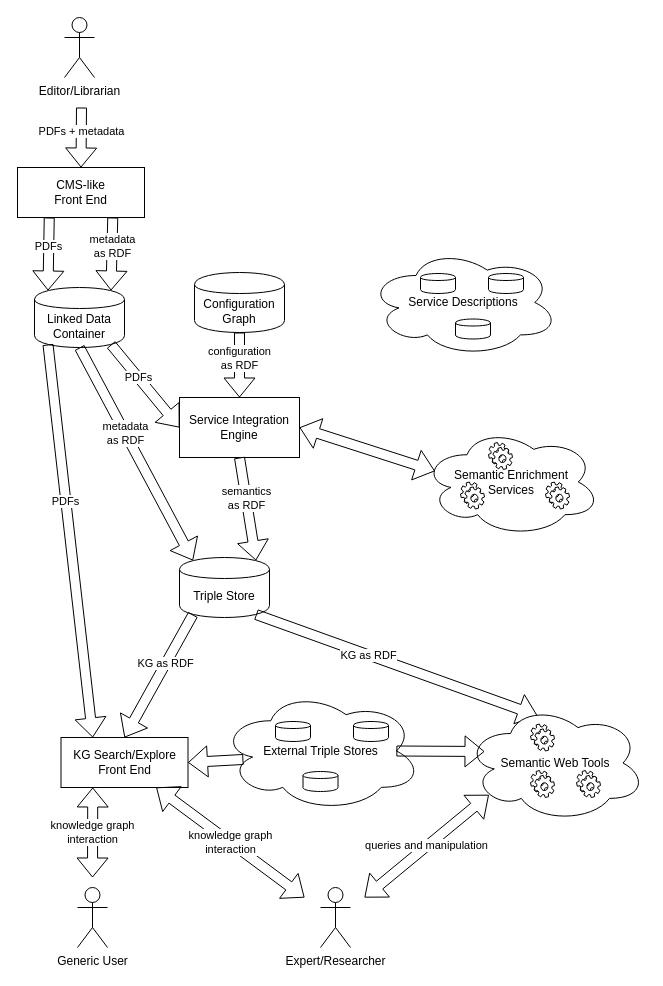
miguel76/arca-design keeps this draw.io diagram as Pipeline Diagram.drawio. Above is the earlier version. Source tidied: cells renumbered, new cells numbered last; positions are measured from the earlier drawing's top-left corner, leaving out a move shared by most shapes. Both pictures are drawn from the tidied source at 100%, with x=0, y=0 at pixel (17, 17).
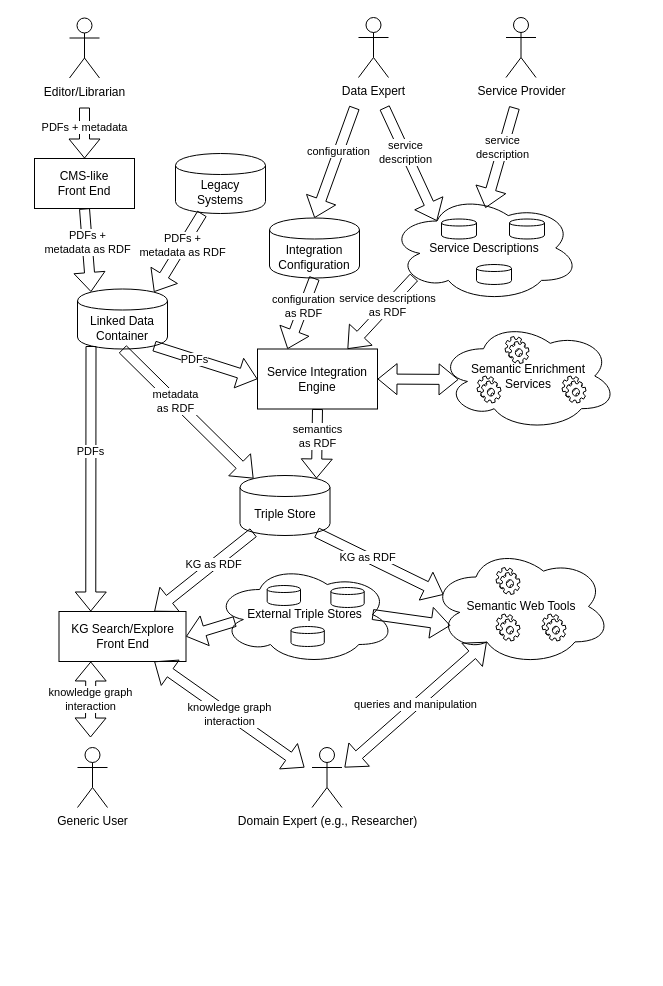
Above is the later version.

The change refers to these unchanged cells:
```xml
<mxCell id="24" value="Semantic Web Tools" style="ellipse;shape=cloud;whiteSpace=wrap;html=1;" parent="23" vertex="1">
  <mxGeometry width="180" height="118" as="geometry" />
</mxCell>
<mxCell id="38" value="Service Descriptions" style="ellipse;shape=cloud;whiteSpace=wrap;html=1;" parent="37" vertex="1">
  <mxGeometry width="190" height="108" as="geometry" />
</mxCell>
<mxCell id="43" value="Semantic Enrichment&lt;br&gt;Services" style="ellipse;shape=cloud;whiteSpace=wrap;html=1;" parent="42" vertex="1">
  <mxGeometry width="178" height="109" as="geometry" />
</mxCell>
```

What changed in the source:
```diff
@@
     <mxCell id="2" value="Editor/Librarian" style="shape=umlActor;verticalLabelPosition=bottom;labelBackgroundColor=#ffffff;verticalAlign=top;html=1;" parent="1" vertex="1">
-      <mxGeometry x="47" width="30" height="60" as="geometry" />
+      <mxGeometry x="52" y="0.5" width="30" height="60" as="geometry" />
     </mxCell>
     <mxCell id="3" value="CMS-like&lt;br&gt;Front End" style="rounded=0;whiteSpace=wrap;html=1;" parent="1" vertex="1">
-      <mxGeometry y="150" width="127" height="50" as="geometry" />
+      <mxGeometry x="17" y="141" width="100" height="50" as="geometry" />
     </mxCell>
     <mxCell id="4" value="Service Integration Engine" style="rounded=0;whiteSpace=wrap;html=1;" parent="1" vertex="1">
-      <mxGeometry x="162" y="380" width="120" height="60" as="geometry" />
+      <mxGeometry x="240" y="331.5" width="120" height="60" as="geometry" />
     </mxCell>
     <mxCell id="5" value="&lt;span&gt;Linked Data Container&lt;/span&gt;" style="shape=cylinder;whiteSpace=wrap;html=1;boundedLbl=1;backgroundOutline=1;" parent="1" vertex="1">
-      <mxGeometry x="17" y="270" width="90" height="60" as="geometry" />
+      <mxGeometry x="60" y="271.5" width="90" height="60" as="geometry" />
     </mxCell>
-    <mxCell id="6" value="&lt;span&gt;Configuration Graph&lt;/span&gt;" style="shape=cylinder;whiteSpace=wrap;html=1;boundedLbl=1;backgroundOutline=1;" parent="1" vertex="1">
-      <mxGeometry x="177" y="255" width="90" height="60" as="geometry" />
+    <mxCell id="6" value="&lt;span&gt;Integration&lt;br&gt;Configuration&lt;/span&gt;" style="shape=cylinder;whiteSpace=wrap;html=1;boundedLbl=1;backgroundOutline=1;" parent="1" vertex="1">
+      <mxGeometry x="252" y="200.5" width="90" height="60" as="geometry" />
     </mxCell>
     <mxCell id="7" value="&lt;span&gt;Triple Store&lt;/span&gt;" style="shape=cylinder;whiteSpace=wrap;html=1;boundedLbl=1;backgroundOutline=1;" parent="1" vertex="1">
-      <mxGeometry x="162" y="540" width="90" height="60" as="geometry" />
+      <mxGeometry x="222.5" y="458" width="90" height="60" as="geometry" />
     </mxCell>
     <mxCell id="8" value="KG Search/Explore&lt;br&gt;Front End" style="rounded=0;whiteSpace=wrap;html=1;" parent="1" vertex="1">
-      <mxGeometry x="43.5" y="720" width="127" height="50" as="geometry" />
+      <mxGeometry x="41.5" y="594" width="127" height="50" as="geometry" />
     </mxCell>
     <mxCell id="9" value="Generic User" style="shape=umlActor;verticalLabelPosition=bottom;labelBackgroundColor=#ffffff;verticalAlign=top;html=1;" parent="1" vertex="1">
-      <mxGeometry x="60" y="870" width="30" height="60" as="geometry" />
+      <mxGeometry x="60" y="730" width="30" height="60" as="geometry" />
     </mxCell>
-    <mxCell id="10" value="Expert/Researcher" style="shape=umlActor;verticalLabelPosition=bottom;labelBackgroundColor=#ffffff;verticalAlign=top;html=1;" parent="1" vertex="1">
-      <mxGeometry x="303" y="870" width="30" height="60" as="geometry" />
+    <mxCell id="10" value="Domain Expert (e.g., Researcher)" style="shape=umlActor;verticalLabelPosition=bottom;labelBackgroundColor=#ffffff;verticalAlign=top;html=1;" parent="1" vertex="1">
+      <mxGeometry x="294.5" y="730" width="30" height="60" as="geometry" />
     </mxCell>
     <mxCell id="11" value="PDFs&amp;nbsp;+ metadata" style="shape=flexArrow;endArrow=classic;html=1;entryX=0.5;entryY=0;entryDx=0;entryDy=0;" parent="1" edge="1" target="3">
       <mxGeometry x="-0.2" relative="1" as="geometry">
-        <mxPoint x="64" y="90" as="sourcePoint" />
+        <mxPoint x="67" y="90" as="sourcePoint" />
       </mxGeometry>
     </mxCell>
-    <mxCell id="12" value="PDFs" style="shape=flexArrow;endArrow=classic;html=1;entryX=0.15;entryY=0.05;entryDx=0;entryDy=0;exitX=0.25;exitY=1;exitDx=0;exitDy=0;entryPerimeter=0;" parent="1" edge="1" source="3" target="5">
-      <mxGeometry x="-0.2" relative="1" as="geometry" />
-    </mxCell>
-    <mxCell id="13" value="metadata&lt;br&gt;as RDF&lt;br&gt;" style="shape=flexArrow;endArrow=classic;html=1;entryX=0.85;entryY=0.05;entryDx=0;entryDy=0;entryPerimeter=0;exitX=0.75;exitY=1;exitDx=0;exitDy=0;" parent="1" edge="1" source="3" target="5">
-      <mxGeometry x="-0.2" relative="1" as="geometry" />
-    </mxCell>
@@
-    <mxCell id="17" value="configuration&lt;br&gt;as RDF&lt;br&gt;" style="shape=flexArrow;endArrow=classic;html=1;entryX=0.5;entryY=0;entryDx=0;entryDy=0;exitX=0.5;exitY=1;exitDx=0;exitDy=0;" parent="1" edge="1" source="6" target="4">
+    <mxCell id="17" value="configuration&lt;br&gt;as RDF&lt;br&gt;" style="shape=flexArrow;endArrow=classic;html=1;entryX=0.25;entryY=0;entryDx=0;entryDy=0;exitX=0.5;exitY=1;exitDx=0;exitDy=0;" parent="1" edge="1" source="6" target="4">
       <mxGeometry x="-0.2" relative="1" as="geometry" />
     </mxCell>
@@
-    <mxCell id="19" value="KG as RDF&lt;br&gt;" style="shape=flexArrow;endArrow=classic;html=1;entryX=0.5;entryY=0;entryDx=0;entryDy=0;exitX=0.15;exitY=0.95;exitDx=0;exitDy=0;exitPerimeter=0;" parent="1" edge="1" source="7" target="8">
+    <mxCell id="19" value="KG as RDF&lt;br&gt;" style="shape=flexArrow;endArrow=classic;html=1;entryX=0.75;entryY=0;entryDx=0;entryDy=0;exitX=0.15;exitY=0.95;exitDx=0;exitDy=0;exitPerimeter=0;" parent="1" edge="1" source="7" target="8">
       <mxGeometry x="-0.2" relative="1" as="geometry" />
     </mxCell>
-    <mxCell id="20" value="KG as RDF&lt;br&gt;" style="shape=flexArrow;endArrow=classic;html=1;exitX=0.85;exitY=0.95;exitDx=0;exitDy=0;exitPerimeter=0;entryX=0.4;entryY=0.1;entryDx=0;entryDy=0;entryPerimeter=0;" parent="1" edge="1" source="7" target="24">
+    <mxCell id="20" value="KG as RDF&lt;br&gt;" style="shape=flexArrow;endArrow=classic;html=1;exitX=0.85;exitY=0.95;exitDx=0;exitDy=0;exitPerimeter=0;entryX=0.07;entryY=0.4;entryDx=0;entryDy=0;entryPerimeter=0;" parent="1" edge="1" source="7" target="24">
       <mxGeometry x="-0.2" relative="1" as="geometry" />
     </mxCell>
     <mxCell id="21" value="knowledge graph&lt;br&gt;interaction" style="shape=flexArrow;endArrow=classic;startArrow=classic;html=1;entryX=0.25;entryY=1;entryDx=0;entryDy=0;" parent="1" edge="1" target="8">
       <mxGeometry relative="1" as="geometry">
-        <mxPoint x="75" y="860" as="sourcePoint" />
+        <mxPoint x="73" y="720" as="sourcePoint" />
       </mxGeometry>
     </mxCell>
     <mxCell id="22" value="knowledge graph&lt;br&gt;interaction" style="shape=flexArrow;endArrow=classic;startArrow=classic;html=1;entryX=0.75;entryY=1;entryDx=0;entryDy=0;" parent="1" edge="1" target="8">
       <mxGeometry relative="1" as="geometry">
-        <mxPoint x="287" y="880" as="sourcePoint" />
+        <mxPoint x="287" y="750" as="sourcePoint" />
       </mxGeometry>
     </mxCell>
     <mxCell id="23" style="group;" parent="1" vertex="1">
-      <mxGeometry x="448" y="686.5" width="180" height="118" as="geometry" />
+      <mxGeometry x="413.5" y="530" width="180" height="118" as="geometry" />
     </mxCell>
@@
     <mxCell id="28" style="group;" parent="1" vertex="1">
-      <mxGeometry x="203" y="673" width="201" height="121" as="geometry" />
+      <mxGeometry x="197" y="547" width="191" height="121" as="geometry" />
     </mxCell>
     <mxCell id="29" value="External Triple Stores" style="ellipse;shape=cloud;whiteSpace=wrap;html=1;" parent="28" vertex="1">
-      <mxGeometry width="201" height="121" as="geometry" />
+      <mxGeometry width="180.5" height="100" as="geometry" />
     </mxCell>
     <mxCell id="30" style="shape=cylinder;whiteSpace=wrap;html=1;boundedLbl=1;backgroundOutline=1;" parent="28" vertex="1">
-      <mxGeometry x="55" y="31" width="35" height="20" as="geometry" />
+      <mxGeometry x="52.7" y="21" width="33.3" height="20" as="geometry" />
     </mxCell>
     <mxCell id="31" style="shape=cylinder;whiteSpace=wrap;html=1;boundedLbl=1;backgroundOutline=1;" parent="28" vertex="1">
-      <mxGeometry x="82.5" y="81" width="35" height="20" as="geometry" />
+      <mxGeometry x="76.5" y="62" width="33.3" height="20" as="geometry" />
     </mxCell>
     <mxCell id="32" style="shape=cylinder;whiteSpace=wrap;html=1;boundedLbl=1;backgroundOutline=1;" parent="28" vertex="1">
-      <mxGeometry x="133" y="31" width="35" height="20" as="geometry" />
+      <mxGeometry x="116.4" y="23" width="33.3" height="20" as="geometry" />
     </mxCell>
@@
-    <mxCell id="34" style="shape=flexArrow;endArrow=classic;html=1;exitX=0.875;exitY=0.5;exitDx=0;exitDy=0;exitPerimeter=0;" parent="1" edge="1" source="29">
-      <mxGeometry x="-0.2" relative="1" as="geometry">
-        <mxPoint x="467" y="734" as="targetPoint" />
-      </mxGeometry>
+    <mxCell id="34" style="shape=flexArrow;endArrow=classic;html=1;entryX=0.108;entryY=0.661;entryDx=0;entryDy=0;entryPerimeter=0;exitX=0.875;exitY=0.5;exitDx=0;exitDy=0;exitPerimeter=0;" parent="1" edge="1" source="29" target="24">
+      <mxGeometry x="-0.2" relative="1" as="geometry" />
     </mxCell>
-    <mxCell id="35" value="queries and manipulation" style="shape=flexArrow;endArrow=classic;startArrow=classic;html=1;entryX=0.13;entryY=0.77;entryDx=0;entryDy=0;entryPerimeter=0;" parent="1" edge="1" target="24">
+    <mxCell id="35" value="queries and manipulation" style="shape=flexArrow;endArrow=classic;startArrow=classic;html=1;entryX=0.31;entryY=0.8;entryDx=0;entryDy=0;entryPerimeter=0;" parent="1" edge="1" target="24">
       <mxGeometry relative="1" as="geometry">
-        <mxPoint x="347" y="880" as="sourcePoint" />
+        <mxPoint x="327" y="750" as="sourcePoint" />
       </mxGeometry>
     </mxCell>
     <mxCell id="36" style="group;" parent="1" vertex="1">
-      <mxGeometry x="351" y="231" width="194" height="108" as="geometry" />
+      <mxGeometry x="372" y="176.5" width="194" height="108" as="geometry" />
     </mxCell>
@@
     <mxCell id="42" style="group;" parent="1" vertex="1">
-      <mxGeometry x="405" y="410" width="178" height="109" as="geometry" />
+      <mxGeometry x="421.5" y="304" width="178" height="109" as="geometry" />
     </mxCell>
@@
-    <mxCell id="47" style="shape=flexArrow;endArrow=classic;startArrow=classic;html=1;entryX=0.07;entryY=0.4;entryDx=0;entryDy=0;entryPerimeter=0;exitX=1;exitY=0.5;exitDx=0;exitDy=0;" parent="1" edge="1" source="4" target="43">
+    <mxCell id="47" style="shape=flexArrow;endArrow=classic;startArrow=classic;html=1;entryX=0.11;entryY=0.532;entryDx=0;entryDy=0;entryPerimeter=0;exitX=1;exitY=0.5;exitDx=0;exitDy=0;" parent="1" edge="1" source="4" target="43">
       <mxGeometry relative="1" as="geometry" />
     </mxCell>
+    <mxCell id="48" value="service descriptions&lt;br&gt;as RDF&lt;br&gt;" style="shape=flexArrow;endArrow=classic;html=1;entryX=0.75;entryY=0;entryDx=0;entryDy=0;exitX=0.13;exitY=0.77;exitDx=0;exitDy=0;exitPerimeter=0;" parent="1" edge="1" source="38" target="4">
+      <mxGeometry x="-0.2" relative="1" as="geometry" />
+    </mxCell>
+    <mxCell id="49" value="Data Expert" style="shape=umlActor;verticalLabelPosition=bottom;labelBackgroundColor=#ffffff;verticalAlign=top;html=1;" parent="1" vertex="1">
+      <mxGeometry x="341" width="30" height="60" as="geometry" />
+    </mxCell>
+    <mxCell id="50" value="Service Provider" style="shape=umlActor;verticalLabelPosition=bottom;labelBackgroundColor=#ffffff;verticalAlign=top;html=1;" parent="1" vertex="1">
+      <mxGeometry x="488.5" width="30" height="60" as="geometry" />
+    </mxCell>
+    <mxCell id="51" value="configuration" style="shape=flexArrow;endArrow=classic;html=1;entryX=0.5;entryY=0;entryDx=0;entryDy=0;" parent="1" edge="1" target="6">
+      <mxGeometry x="-0.2" relative="1" as="geometry">
+        <mxPoint x="337" y="90" as="sourcePoint" />
+      </mxGeometry>
+    </mxCell>
+    <mxCell id="52" value="service&lt;br&gt;description" style="shape=flexArrow;endArrow=classic;html=1;entryX=0.505;entryY=0.13;entryDx=0;entryDy=0;entryPerimeter=0;" parent="1" edge="1" target="38">
+      <mxGeometry x="-0.2" relative="1" as="geometry">
+        <mxPoint x="497" y="90" as="sourcePoint" />
+      </mxGeometry>
+    </mxCell>
+    <mxCell id="53" value="service&lt;br&gt;description" style="shape=flexArrow;endArrow=classic;html=1;entryX=0.25;entryY=0.25;entryDx=0;entryDy=0;entryPerimeter=0;" parent="1" edge="1" target="38">
+      <mxGeometry x="-0.2" relative="1" as="geometry">
+        <mxPoint x="367" y="90" as="sourcePoint" />
+      </mxGeometry>
+    </mxCell>
+    <mxCell id="54" value="&lt;span&gt;Legacy Systems&lt;/span&gt;" style="shape=cylinder;whiteSpace=wrap;html=1;boundedLbl=1;backgroundOutline=1;" parent="1" vertex="1">
+      <mxGeometry x="158" y="136" width="90" height="60" as="geometry" />
+    </mxCell>
+    <mxCell id="55" value="PDFs&amp;nbsp;+&lt;br&gt;metadata as RDF" style="shape=flexArrow;endArrow=classic;html=1;entryX=0.15;entryY=0.05;entryDx=0;entryDy=0;exitX=0.5;exitY=1;exitDx=0;exitDy=0;entryPerimeter=0;" parent="1" edge="1" source="3" target="5">
+      <mxGeometry x="-0.2" relative="1" as="geometry" />
+    </mxCell>
+    <mxCell id="56" value="PDFs&amp;nbsp;+&lt;br&gt;metadata as RDF" style="shape=flexArrow;endArrow=classic;html=1;entryX=0.85;entryY=0.05;entryDx=0;entryDy=0;entryPerimeter=0;" parent="1" edge="1" source="54" target="5">
+      <mxGeometry x="-0.2" relative="1" as="geometry" />
+    </mxCell>
```
